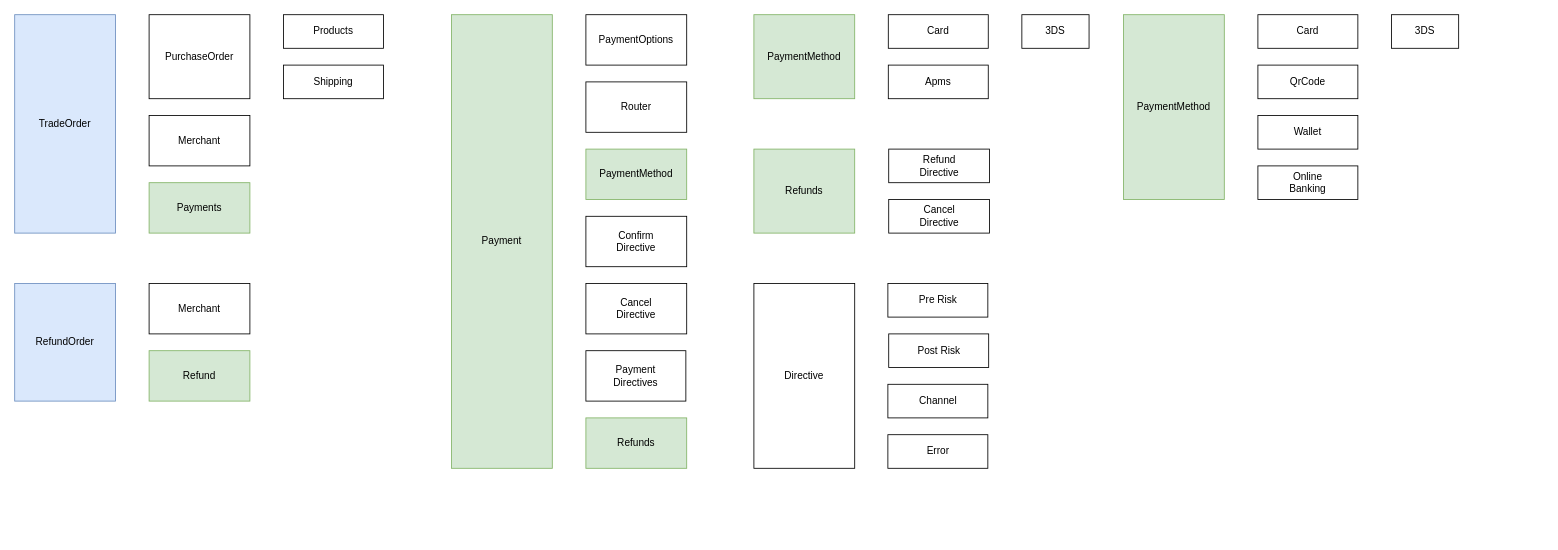
Before: page "模型关系图" (2 of 9) of 支付架构.drawio in JudeSheng/design, a draw.io diagram. Source tidied: cells renumbered, new cells numbered last; positions are measured from the earlier drawing's top-left corner, leaving out a move shared by most shapes. Both pictures are drawn from the tidied source at 84%, with x=0, y=0 at pixel (14, 14).
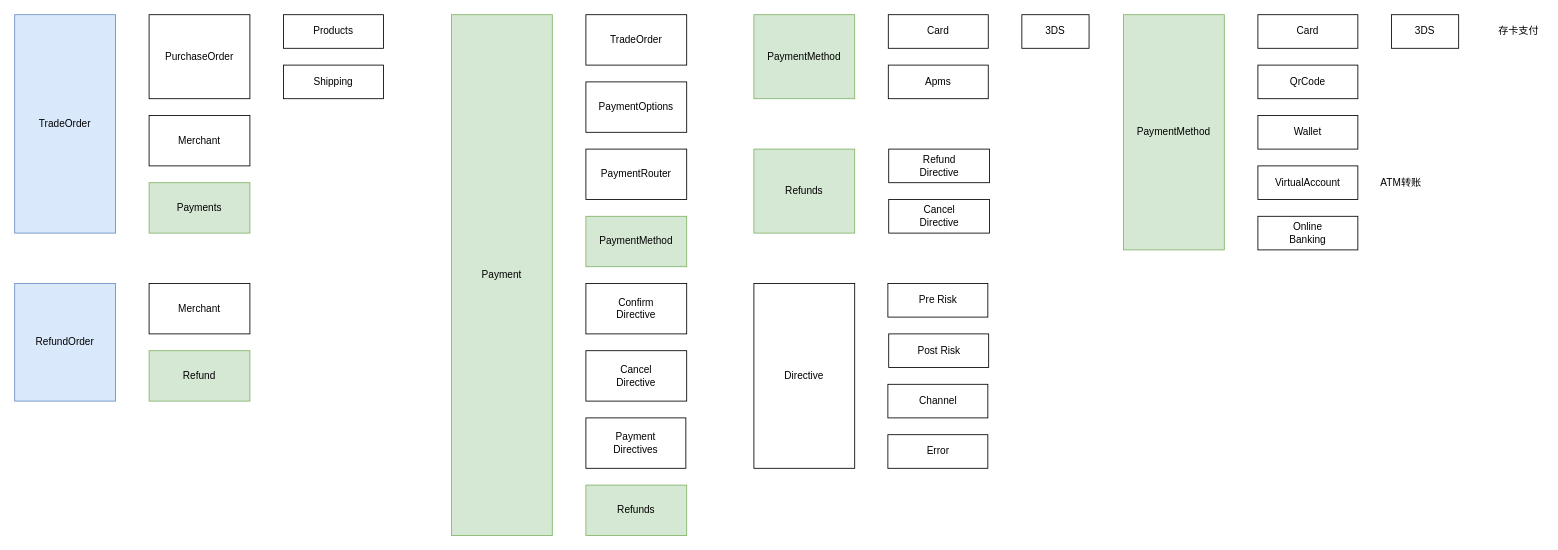
The same page after the edit.

Change to the diagram source:
```diff
@@
     <mxCell id="2" value="Payment" style="rounded=0;whiteSpace=wrap;html=1;fillColor=#d5e8d4;strokeColor=#82b366;" parent="1" vertex="1">
-      <mxGeometry x="520" width="120" height="540" as="geometry" />
+      <mxGeometry x="520" width="120" height="620" as="geometry" />
     </mxCell>
     <mxCell id="3" value="Confirm&lt;br&gt;Directive" style="rounded=0;whiteSpace=wrap;html=1;" parent="1" vertex="1">
-      <mxGeometry x="680" y="240" width="120" height="60" as="geometry" />
+      <mxGeometry x="680" y="320" width="120" height="60" as="geometry" />
     </mxCell>
     <mxCell id="4" value="Cancel&lt;br&gt;Directive" style="rounded=0;whiteSpace=wrap;html=1;" parent="1" vertex="1">
-      <mxGeometry x="680" y="320" width="120" height="60" as="geometry" />
+      <mxGeometry x="680" y="400" width="120" height="60" as="geometry" />
     </mxCell>
     <mxCell id="5" value="Payment&lt;br&gt;Directives" style="rounded=0;whiteSpace=wrap;html=1;" parent="1" vertex="1">
-      <mxGeometry x="680" y="400" width="119" height="60" as="geometry" />
+      <mxGeometry x="680" y="480" width="119" height="60" as="geometry" />
     </mxCell>
-    <mxCell id="6" value="Router" style="rounded=0;whiteSpace=wrap;html=1;" parent="1" vertex="1">
-      <mxGeometry x="680" y="80" width="120" height="60" as="geometry" />
+    <mxCell id="6" value="PaymentRouter" style="rounded=0;whiteSpace=wrap;html=1;" parent="1" vertex="1">
+      <mxGeometry x="680" y="160" width="120" height="60" as="geometry" />
     </mxCell>
     <mxCell id="7" value="&lt;div class=&quot;lake-content&quot;&gt;&lt;span class=&quot;ne-text&quot;&gt;PaymentMethod&lt;/span&gt;&lt;/div&gt;" style="rounded=0;whiteSpace=wrap;html=1;fillColor=#d5e8d4;strokeColor=#82b366;" parent="1" vertex="1">
-      <mxGeometry x="1320" width="120" height="220" as="geometry" />
+      <mxGeometry x="1320" width="120" height="280" as="geometry" />
     </mxCell>
@@
     <mxCell id="12" value="&lt;div class=&quot;lake-content&quot;&gt;&lt;p id=&quot;u03bc73b0&quot; class=&quot;ne-p&quot; style=&quot;margin: 0 ; padding: 0 ; min-height: 24px&quot;&gt;&lt;span class=&quot;ne-text&quot;&gt;Online&lt;br&gt;Banking&lt;/span&gt;&lt;/p&gt;&lt;/div&gt;" style="rounded=0;whiteSpace=wrap;html=1;" parent="1" vertex="1">
-      <mxGeometry x="1480" y="180" width="119" height="40" as="geometry" />
+      <mxGeometry x="1480" y="240" width="119" height="40" as="geometry" />
     </mxCell>
@@
     <mxCell id="24" value="&lt;div class=&quot;lake-content&quot;&gt;&lt;span class=&quot;ne-text&quot;&gt;PaymentMethod&lt;/span&gt;&lt;/div&gt;" style="rounded=0;whiteSpace=wrap;html=1;fillColor=#d5e8d4;strokeColor=#82b366;" parent="1" vertex="1">
-      <mxGeometry x="680" y="160" width="120" height="60" as="geometry" />
+      <mxGeometry x="680" y="240" width="120" height="60" as="geometry" />
     </mxCell>
@@
     <mxCell id="29" value="Refunds" style="rounded=0;whiteSpace=wrap;html=1;fillColor=#d5e8d4;strokeColor=#82b366;" parent="1" vertex="1">
-      <mxGeometry x="680" y="480" width="120" height="60" as="geometry" />
+      <mxGeometry x="680" y="560" width="120" height="60" as="geometry" />
     </mxCell>
@@
     <mxCell id="36" value="PaymentOptions" style="rounded=0;whiteSpace=wrap;html=1;" parent="1" vertex="1">
-      <mxGeometry x="680" width="120" height="60" as="geometry" />
+      <mxGeometry x="680" y="80" width="120" height="60" as="geometry" />
     </mxCell>
+    <mxCell id="37" value="TradeOrder" style="rounded=0;whiteSpace=wrap;html=1;" parent="1" vertex="1">
+      <mxGeometry x="680" width="120" height="60" as="geometry" />
+    </mxCell>
+    <mxCell id="38" value="存卡支付" style="text;html=1;align=center;verticalAlign=middle;strokeColor=none;fillColor=none;" parent="1" vertex="1">
+      <mxGeometry x="1760" y="10" width="60" height="20" as="geometry" />
+    </mxCell>
+    <mxCell id="39" value="VirtualAccount" style="rounded=0;whiteSpace=wrap;html=1;" parent="1" vertex="1">
+      <mxGeometry x="1480" y="180" width="119" height="40" as="geometry" />
+    </mxCell>
+    <mxCell id="40" value="ATM转账" style="text;html=1;align=center;verticalAlign=middle;strokeColor=none;fillColor=none;" parent="1" vertex="1">
+      <mxGeometry x="1620" y="190" width="60" height="20" as="geometry" />
+    </mxCell>
```
